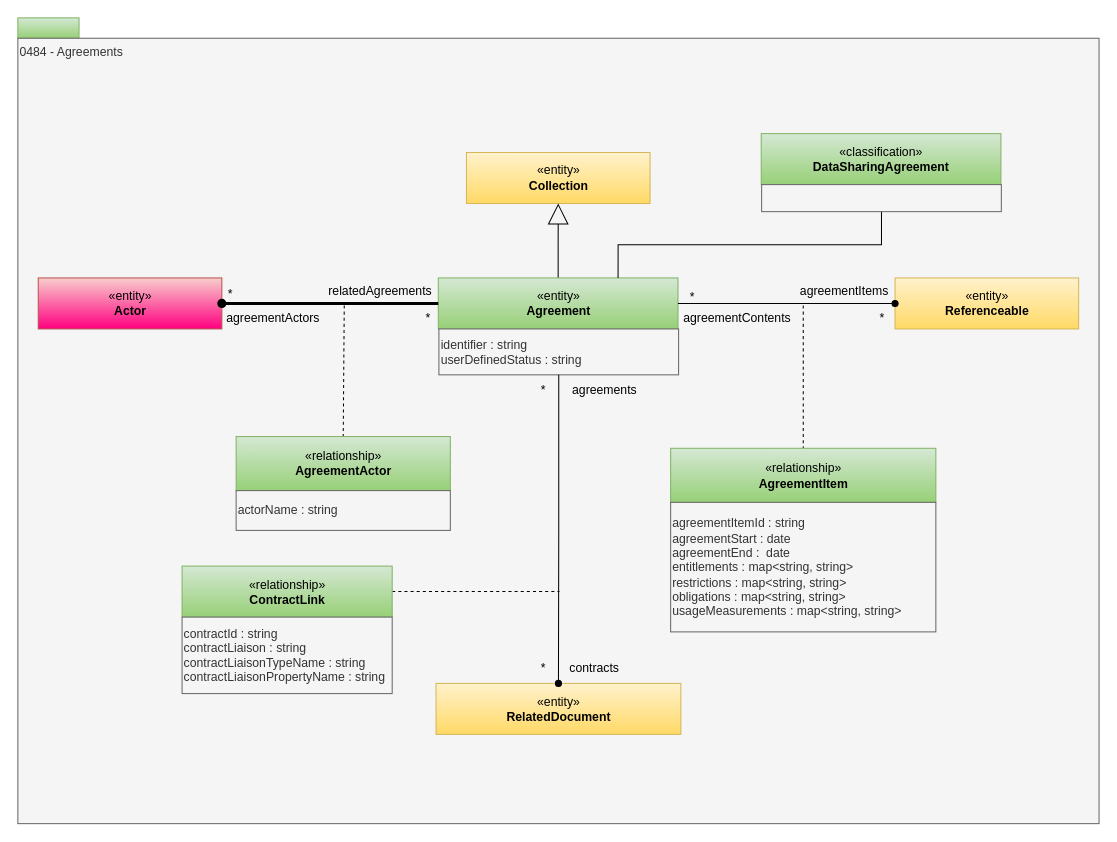
This is page "0484-Agreements" (30 of 31) of site/docs/types/4/area-4-governance.drawio from odpi/egeria-docs, a draw.io file, before an edit. Source tidied: cells renumbered, new cells numbered last; positions are measured from the earlier drawing's top-left corner, leaving out a move shared by most shapes. Both pictures are drawn from the tidied source at 102%, with x=0, y=0 at pixel (17, 17).
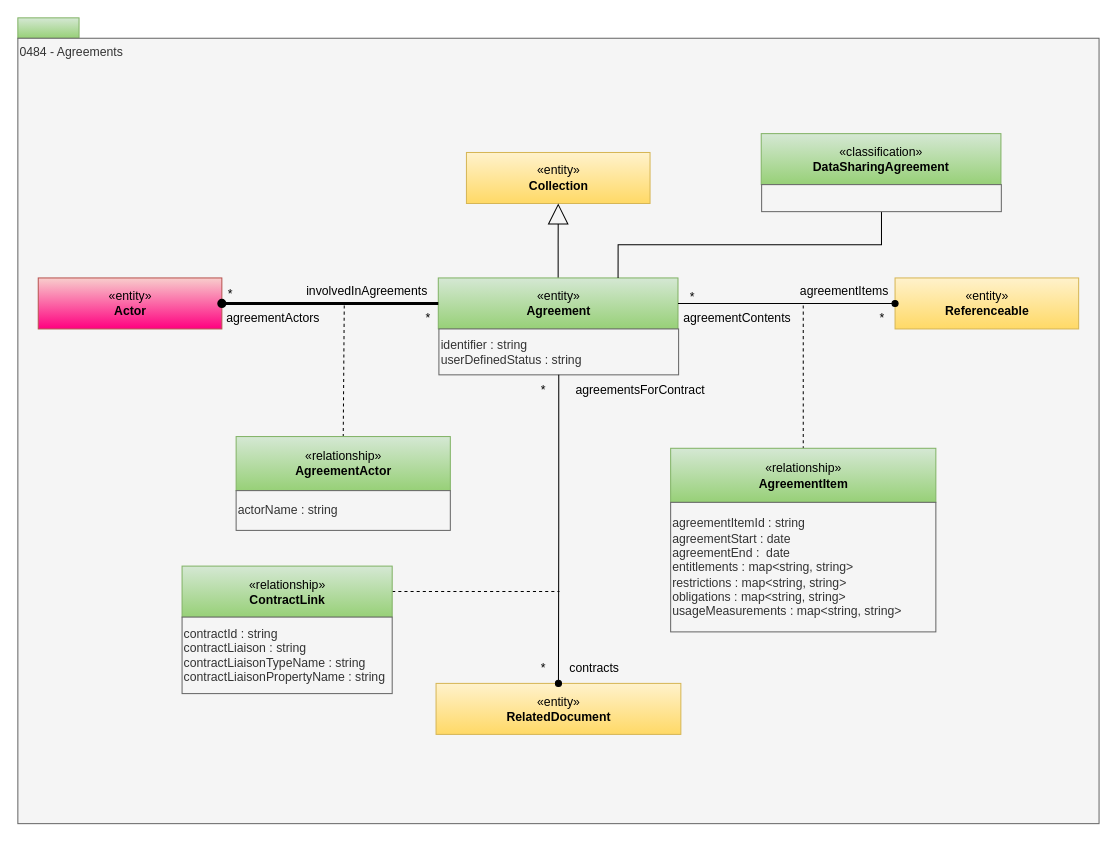
The same page after the edit.

Change to the diagram source:
```diff
@@
-    <mxCell id="26" value="agreements" style="text;html=1;align=center;verticalAlign=middle;strokeColor=none;fillColor=none;" parent="1" vertex="1">
-      <mxGeometry x="529.8" y="350" width="90" height="30" as="geometry" />
+    <mxCell id="26" value="agreementsForContract" style="text;html=1;align=center;verticalAlign=middle;strokeColor=none;fillColor=none;" parent="1" vertex="1">
+      <mxGeometry x="535" y="350" width="150" height="30" as="geometry" />
     </mxCell>
@@
-    <mxCell id="30" value="relatedAgreements" style="text;html=1;align=center;verticalAlign=top;spacingTop=-4;" parent="1" vertex="1">
-      <mxGeometry x="295.2" y="258" width="120" height="20" as="geometry" />
+    <mxCell id="30" value="involvedInAgreements" style="text;html=1;align=center;verticalAlign=top;spacingTop=-4;" parent="1" vertex="1">
+      <mxGeometry x="272.2" y="258" width="140" height="20" as="geometry" />
     </mxCell>
```
